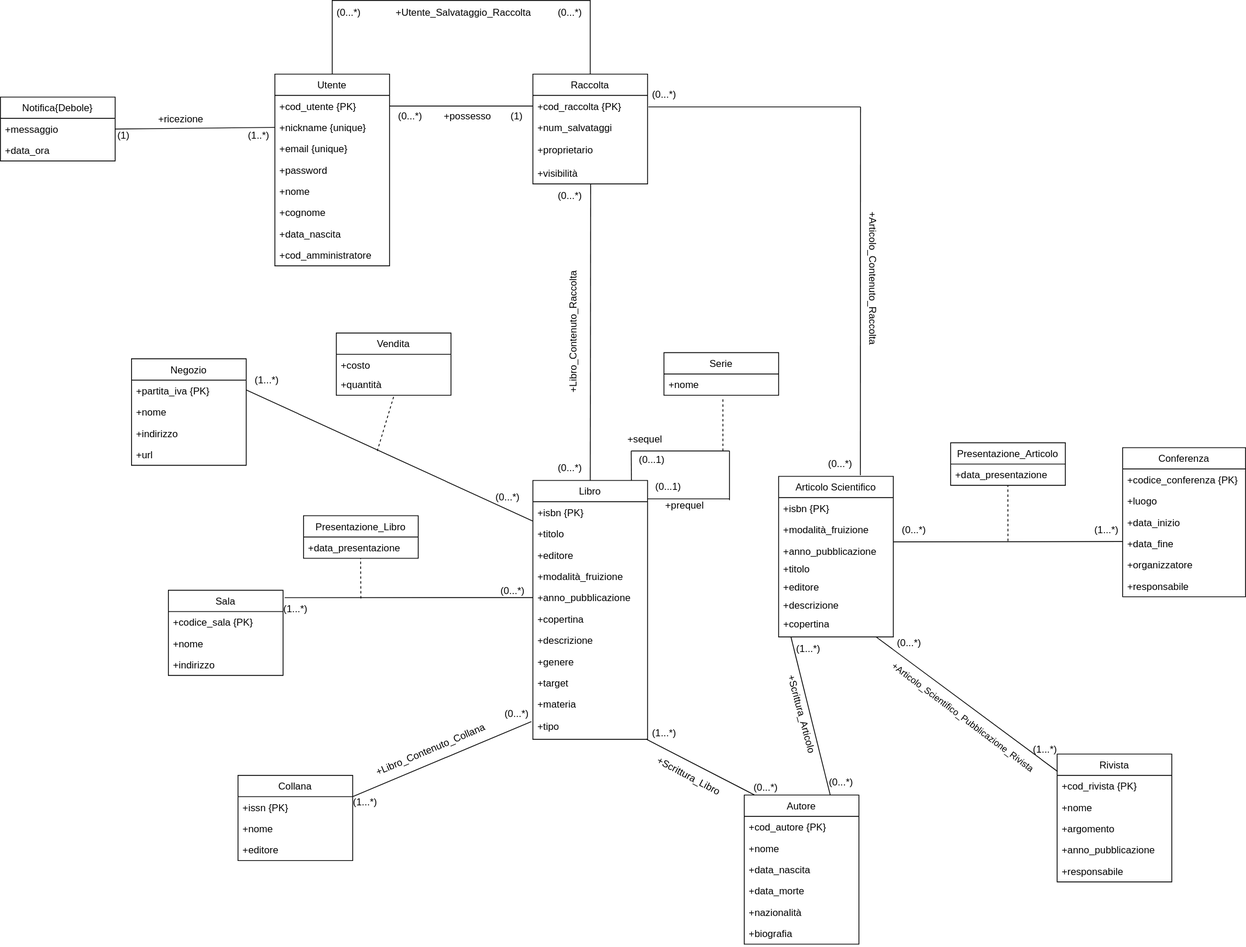
This is progettazione_concettuale/Modello_Concettuale_Ristrutturato.drawio.svg from m3tt0/Progetto_OB_BASI, a draw.io export, as it was before one commit. Source tidied: cells renumbered, new cells last; positions are measured from the earlier drawing's top-left corner, leaving out a move shared by most shapes.
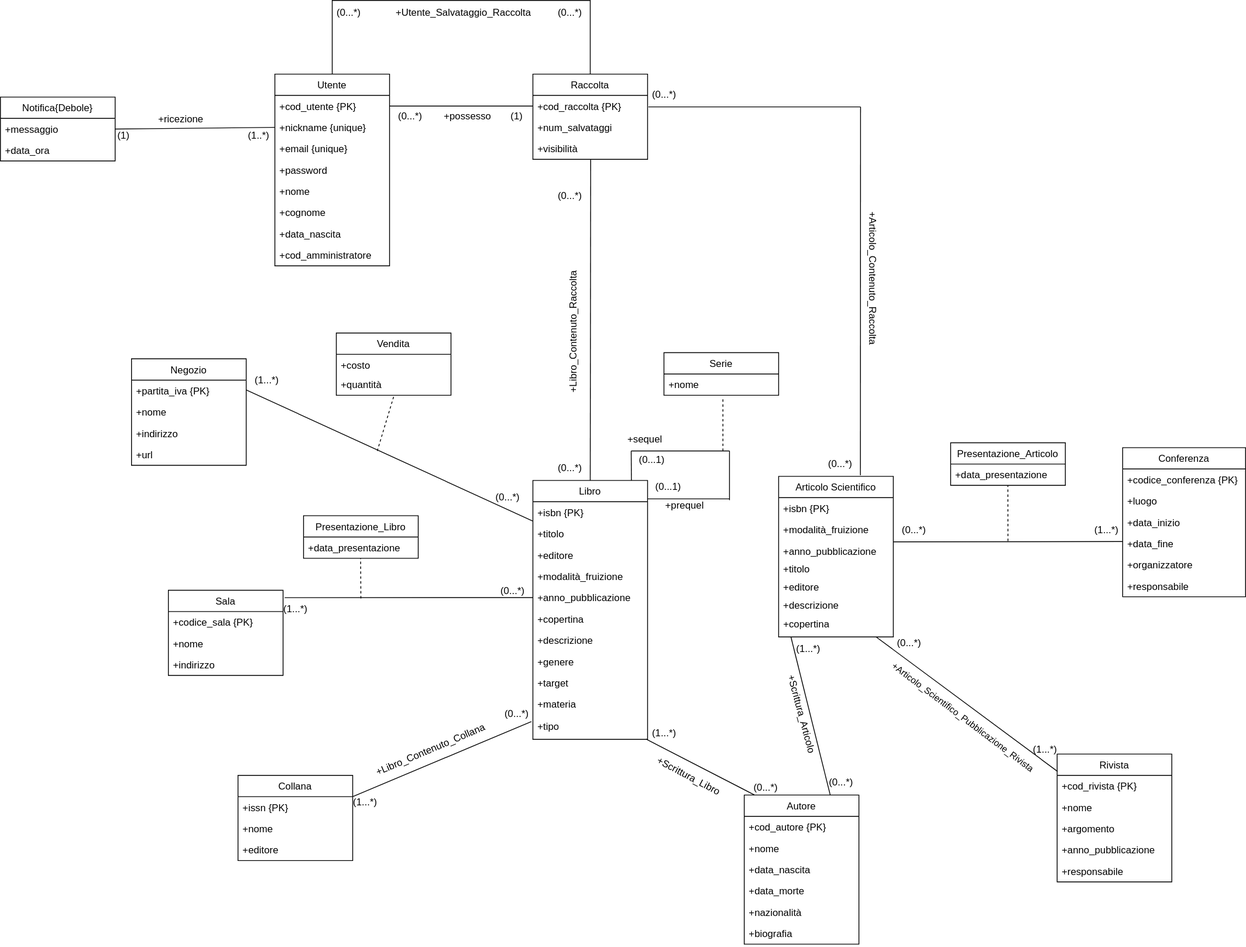
Above is the later version.

Change to the diagram source:
```diff
@@ -333,7 +333,7 @@
       <mxGeometry x="180" y="130" width="80" height="30" as="geometry" />
     </mxCell>
     <mxCell id="107" value="Raccolta" style="swimlane;fontStyle=0;horizontal=1;startSize=26;fillColor=none;" parent="1" vertex="1">
-      <mxGeometry x="650" y="90" width="140" height="134" as="geometry" />
+      <mxGeometry x="650" y="90" width="140" height="104" as="geometry" />
     </mxCell>
     <mxCell id="108" value="+cod_raccolta {PK}" style="text;strokeColor=none;fillColor=none;align=left;verticalAlign=top;spacingLeft=4;spacingRight=4;overflow=hidden;points=[[0,0.5],[1,0.5]];portConstraint=eastwest;fontStyle=0;" parent="107" vertex="1">
       <mxGeometry y="26" width="140" height="26" as="geometry" />
@@ -341,11 +341,8 @@
     <mxCell id="109" value="+num_salvataggi" style="text;strokeColor=none;fillColor=none;align=left;verticalAlign=top;spacingLeft=4;spacingRight=4;overflow=hidden;" parent="107" vertex="1">
       <mxGeometry y="52" width="140" height="26" as="geometry" />
     </mxCell>
-    <mxCell id="110" value="+proprietario" style="text;strokeColor=none;fillColor=none;align=left;verticalAlign=middle;spacingLeft=4;spacingRight=4;overflow=hidden;whiteSpace=wrap;html=1;" parent="107" vertex="1">
-      <mxGeometry y="78" width="140" height="30" as="geometry" />
-    </mxCell>
     <mxCell id="111" value="+visibilità" style="text;strokeColor=none;fillColor=none;align=left;verticalAlign=top;spacingLeft=4;spacingRight=4;overflow=hidden;points=[[0,0.5],[1,0.5]];portConstraint=eastwest;" parent="107" vertex="1">
-      <mxGeometry y="108" width="140" height="26" as="geometry" />
+      <mxGeometry y="78" width="140" height="26" as="geometry" />
     </mxCell>
     <mxCell id="112" style="endArrow=none;html=1;rounded=0;entryX=0;entryY=0.5;entryDx=0;entryDy=0;exitX=1;exitY=0.5;exitDx=0;exitDy=0;" parent="1" edge="1" source="92" target="108">
       <mxGeometry relative="1" as="geometry" />
```
